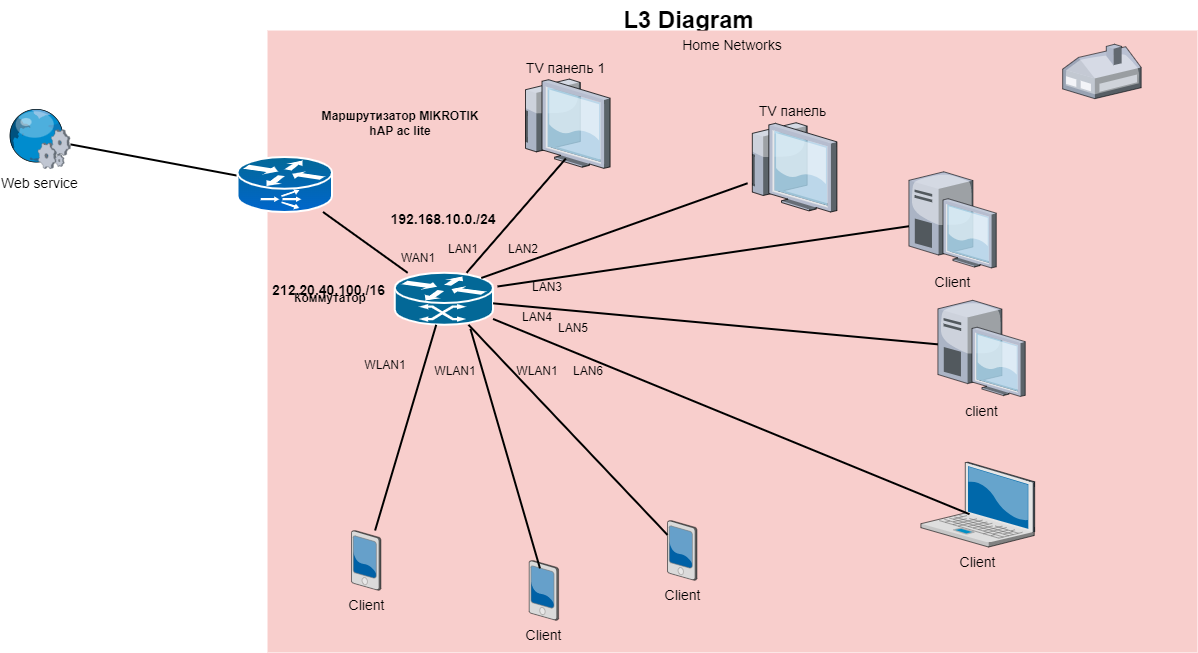
Earlier version of the draw.io export homenet.png (edward-burlakov/vagrant). Source tidied: cells renumbered, new cells last; positions are measured from the earlier drawing's top-left corner, leaving out a move shared by most shapes.
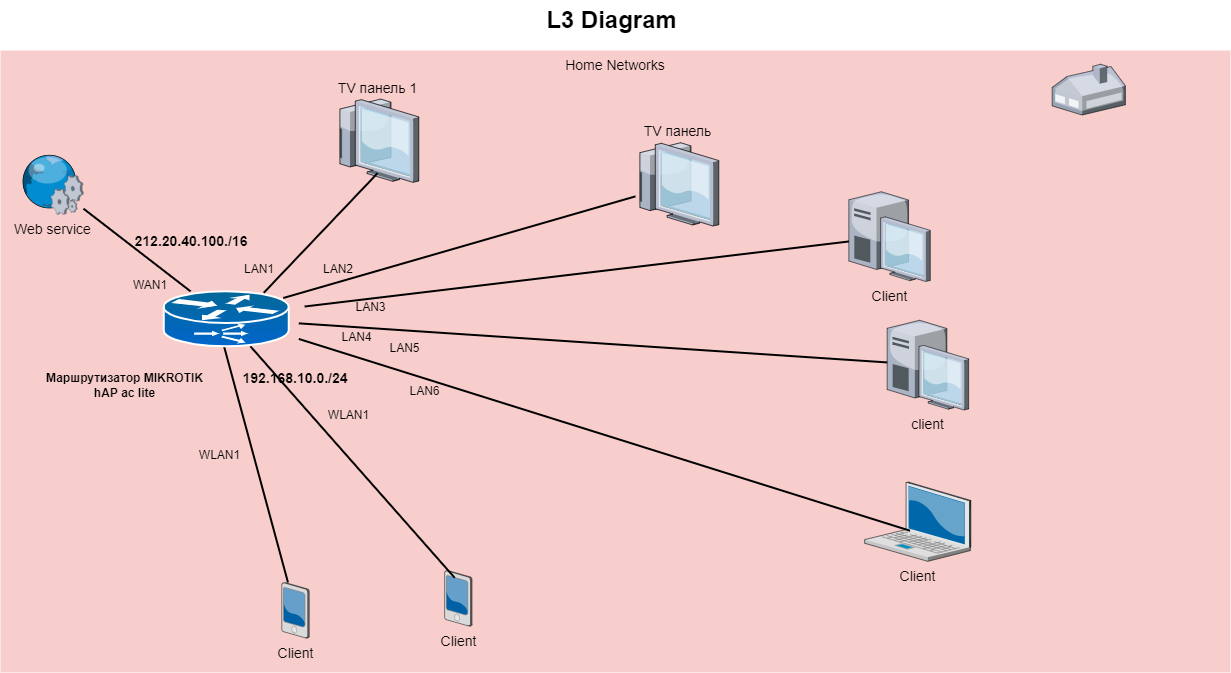
After the change.

What changed in the source:
```diff
@@ -2,126 +2,116 @@
   <root>
     <mxCell id="0" style="html=1;" />
     <mxCell id="1" style="html=1;" parent="0" />
-    <mxCell id="2" style="edgeStyle=none;rounded=0;html=1;startSize=10;endSize=10;jettySize=auto;fontSize=14;endArrow=none;endFill=0;strokeWidth=2;" parent="1" edge="1" source="3" target="11">
-      <mxGeometry relative="1" as="geometry" />
-    </mxCell>
-    <mxCell id="3" value="Web service" style="verticalLabelPosition=bottom;html=1;verticalAlign=top;strokeColor=none;shape=mxgraph.citrix.web_service;fillColor=#66B2FF;gradientColor=#0066CC;fontSize=14;" parent="1" vertex="1">
-      <mxGeometry y="108" width="63" height="60" as="geometry" />
-    </mxCell>
     <mxCell id="4" value="L3 Diagram" style="text;strokeColor=none;fillColor=none;html=1;fontSize=24;fontStyle=1;verticalAlign=middle;align=center;" parent="1" vertex="1">
-      <mxGeometry x="250" width="861" height="40" as="geometry" />
+      <mxGeometry x="170" width="861" height="40" as="geometry" />
     </mxCell>
     <mxCell id="5" style="group;" parent="1" vertex="1">
-      <mxGeometry x="260" y="30" width="930" height="622" as="geometry" />
+      <mxGeometry x="-10" y="50" width="1230" height="622" as="geometry" />
     </mxCell>
     <mxCell id="6" value="Home Networks" style="whiteSpace=wrap;html=1;fillColor=#f8cecc;fontSize=14;strokeColor=none;verticalAlign=top;" parent="5" vertex="1">
-      <mxGeometry width="930" height="622" as="geometry" />
+      <mxGeometry width="1230" height="622" as="geometry" />
     </mxCell>
     <mxCell id="7" value="Client" style="verticalLabelPosition=bottom;html=1;verticalAlign=top;strokeColor=none;shape=mxgraph.citrix.laptop_2;fillColor=#66B2FF;gradientColor=#0066CC;fontSize=14;" parent="5" vertex="1">
-      <mxGeometry x="653.4" y="431.7" width="113.8" height="84.9" as="geometry" />
+      <mxGeometry x="864.2" y="431.7" width="106.2" height="79.2" as="geometry" />
     </mxCell>
     <mxCell id="8" value="client" style="verticalLabelPosition=bottom;html=1;verticalAlign=top;strokeColor=none;shape=mxgraph.citrix.desktop;fillColor=#66B2FF;gradientColor=#0066CC;fontSize=14;" parent="5" vertex="1">
-      <mxGeometry x="670.4" y="269.8" width="87.3" height="96.1" as="geometry" />
+      <mxGeometry x="886.7" y="269.8" width="81.4" height="89.7" as="geometry" />
     </mxCell>
     <mxCell id="9" value="Client" style="verticalLabelPosition=bottom;html=1;verticalAlign=top;strokeColor=none;shape=mxgraph.citrix.desktop;fillColor=#66B2FF;gradientColor=#0066CC;fontSize=14;" parent="5" vertex="1">
-      <mxGeometry x="641.4" y="141.3" width="87.3" height="96.1" as="geometry" />
+      <mxGeometry x="848.3" y="141.3" width="81.4" height="89.7" as="geometry" />
     </mxCell>
-    <mxCell id="10" value="Client" style="verticalLabelPosition=bottom;html=1;verticalAlign=top;strokeColor=none;shape=mxgraph.citrix.pda;fillColor=#66B2FF;gradientColor=#0066CC;fontSize=14;" parent="5" vertex="1">
-      <mxGeometry x="400" y="490" width="29.4" height="59.8" as="geometry" />
-    </mxCell>
-    <mxCell id="11" style="shape=mxgraph.cisco.routers.content_service_router;sketch=0;html=1;dashed=0;fillColor=#036897;strokeColor=#ffffff;strokeWidth=2;verticalLabelPosition=bottom;verticalAlign=top;align=center;outlineConnect=0;fontFamily=Helvetica;fontSize=12;fontColor=default;gradientColor=#0066CC;" parent="5" vertex="1">
-      <mxGeometry x="-30" y="126.6" width="94.5" height="54.9" as="geometry" />
-    </mxCell>
     <mxCell id="12" style="verticalLabelPosition=bottom;html=1;verticalAlign=top;strokeColor=none;shape=mxgraph.citrix.home_office;fillColor=#66B2FF;gradientColor=#0066CC;fontSize=14;" parent="5" vertex="1">
-      <mxGeometry x="795.2" y="13.7" width="78.5" height="54.4" as="geometry" />
+      <mxGeometry x="1051.7" y="13.7" width="73.2" height="50.8" as="geometry" />
     </mxCell>
     <mxCell id="13" value="TV панель" style="verticalLabelPosition=top;html=1;verticalAlign=bottom;strokeColor=none;shape=mxgraph.citrix.thin_client;fillColor=#66B2FF;gradientColor=#0066CC;fontSize=14;labelPosition=center;align=center;" parent="5" vertex="1">
-      <mxGeometry x="480.1" y="92.2" width="89.3" height="89.3" as="geometry" />
+      <mxGeometry x="635" y="92.2" width="83.3" height="83.3" as="geometry" />
     </mxCell>
-    <mxCell id="14" style="shape=mxgraph.cisco.routers.atm_router;sketch=0;html=1;dashed=0;fillColor=#036897;strokeColor=#ffffff;strokeWidth=2;verticalLabelPosition=bottom;verticalAlign=top;align=center;outlineConnect=0;" parent="5" vertex="1">
-      <mxGeometry x="127.3" y="242.3" width="98.3" height="52" as="geometry" />
-    </mxCell>
-    <mxCell id="15" style="edgeStyle=none;rounded=0;html=1;startSize=10;endSize=10;jettySize=auto;fontSize=14;endArrow=none;endFill=0;strokeWidth=2;exitX=0.427;exitY=0.613;exitDx=0;exitDy=0;exitPerimeter=0;" parent="5" edge="1" source="7" target="14">
-      <mxGeometry relative="1" as="geometry" />
+    <mxCell id="15" style="edgeStyle=none;rounded=0;html=1;startSize=10;endSize=10;jettySize=auto;fontSize=14;endArrow=none;endFill=0;strokeWidth=2;exitX=0.427;exitY=0.613;exitDx=0;exitDy=0;exitPerimeter=0;" parent="5" edge="1" source="7">
+      <mxGeometry relative="1" as="geometry">
+        <mxPoint x="298.3" y="288.5" as="targetPoint" />
+      </mxGeometry>
     </mxCell>
-    <mxCell id="16" style="edgeStyle=none;rounded=0;html=1;startSize=10;endSize=10;jettySize=auto;fontSize=14;endArrow=none;endFill=0;strokeWidth=2;" parent="5" edge="1" source="8" target="14">
-      <mxGeometry relative="1" as="geometry" />
+    <mxCell id="16" style="edgeStyle=none;rounded=0;html=1;startSize=10;endSize=10;jettySize=auto;fontSize=14;endArrow=none;endFill=0;strokeWidth=2;" parent="5" edge="1" source="8">
+      <mxGeometry relative="1" as="geometry">
+        <mxPoint x="298.3" y="272.9" as="targetPoint" />
+      </mxGeometry>
     </mxCell>
-    <mxCell id="17" style="edgeStyle=none;rounded=0;html=1;startSize=10;endSize=10;jettySize=auto;fontSize=14;endArrow=none;endFill=0;strokeWidth=2;" parent="5" edge="1" source="10" target="14">
-      <mxGeometry relative="1" as="geometry" />
-    </mxCell>
-    <mxCell id="18" style="edgeStyle=none;rounded=0;html=1;startSize=10;endSize=10;jettySize=auto;fontSize=14;endArrow=none;endFill=0;strokeWidth=2;" parent="5" edge="1" source="11" target="14">
-      <mxGeometry relative="1" as="geometry" />
-    </mxCell>
-    <mxCell id="19" style="edgeStyle=none;rounded=0;html=1;startSize=10;endSize=10;jettySize=auto;fontSize=14;endArrow=none;endFill=0;strokeWidth=2;startArrow=none;exitX=0.88;exitY=0.1;exitDx=0;exitDy=0;exitPerimeter=0;" parent="5" edge="1" source="14" target="13">
-      <mxGeometry relative="1" as="geometry" />
+    <mxCell id="19" style="edgeStyle=none;rounded=0;html=1;startSize=10;endSize=10;jettySize=auto;fontSize=14;endArrow=none;endFill=0;strokeWidth=2;startArrow=none;exitX=0.88;exitY=0.1;exitDx=0;exitDy=0;exitPerimeter=0;" parent="5" edge="1" target="13">
+      <mxGeometry relative="1" as="geometry">
+        <mxPoint x="282.7" y="247.5" as="sourcePoint" />
+      </mxGeometry>
     </mxCell>
     <mxCell id="20" value="Client" style="verticalLabelPosition=bottom;html=1;verticalAlign=top;strokeColor=none;shape=mxgraph.citrix.pda;fillColor=#66B2FF;gradientColor=#0066CC;fontSize=14;" parent="5" vertex="1">
-      <mxGeometry x="261.7" y="530" width="29.4" height="59.8" as="geometry" />
+      <mxGeometry x="444.1" y="520" width="27.5" height="55.8" as="geometry" />
     </mxCell>
     <mxCell id="21" value="Client" style="verticalLabelPosition=bottom;html=1;verticalAlign=top;strokeColor=none;shape=mxgraph.citrix.pda;fillColor=#66B2FF;gradientColor=#0066CC;fontSize=14;" parent="5" vertex="1">
-      <mxGeometry x="84" y="500" width="29.4" height="59.8" as="geometry" />
+      <mxGeometry x="281.3" y="532" width="27.5" height="55.8" as="geometry" />
     </mxCell>
     <mxCell id="22" value="TV панель 1" style="verticalLabelPosition=top;html=1;verticalAlign=bottom;strokeColor=none;shape=mxgraph.citrix.thin_client;fillColor=#66B2FF;gradientColor=#0066CC;fontSize=14;labelPosition=center;align=center;" parent="5" vertex="1">
-      <mxGeometry x="253.3" y="48.6" width="89.3" height="89.3" as="geometry" />
+      <mxGeometry x="335" y="48.6" width="83.3" height="83.3" as="geometry" />
     </mxCell>
-    <mxCell id="23" style="edgeStyle=none;rounded=0;html=1;startSize=10;endSize=10;jettySize=auto;fontSize=14;endArrow=none;endFill=0;strokeWidth=2;entryX=0.505;entryY=0.89;entryDx=0;entryDy=0;entryPerimeter=0;" parent="5" edge="1" source="14" target="22">
-      <mxGeometry relative="1" as="geometry" />
+    <mxCell id="23" style="edgeStyle=none;rounded=0;html=1;startSize=10;endSize=10;jettySize=auto;fontSize=14;endArrow=none;endFill=0;strokeWidth=2;entryX=0.505;entryY=0.89;entryDx=0;entryDy=0;entryPerimeter=0;" parent="5" edge="1" target="22">
+      <mxGeometry relative="1" as="geometry">
+        <mxPoint x="263.2" y="242.3" as="sourcePoint" />
+      </mxGeometry>
     </mxCell>
-    <mxCell id="24" style="edgeStyle=none;rounded=0;html=1;startSize=10;endSize=10;jettySize=auto;fontSize=14;endArrow=none;endFill=0;strokeWidth=2;exitX=0.367;exitY=0.131;exitDx=0;exitDy=0;exitPerimeter=0;" parent="5" edge="1" source="20">
-      <mxGeometry relative="1" as="geometry">
-        <mxPoint x="202.9" y="298.2" as="targetPoint" />
-      </mxGeometry>
+    <mxCell id="24" style="edgeStyle=none;rounded=0;html=1;startSize=10;endSize=10;jettySize=auto;fontSize=14;endArrow=none;endFill=0;strokeWidth=2;exitX=0.367;exitY=0.131;exitDx=0;exitDy=0;exitPerimeter=0;" parent="5" edge="1" source="20" target="41">
+      <mxGeometry relative="1" as="geometry" />
     </mxCell>
     <mxCell id="25" value="&lt;b&gt;Маршрутизатор MIKROTIK hAP ac lite&lt;/b&gt;" style="text;html=1;strokeColor=none;fillColor=none;align=center;verticalAlign=middle;whiteSpace=wrap;rounded=0;" parent="5" vertex="1">
-      <mxGeometry x="51" y="78.5" width="163.8" height="29.4" as="geometry" />
+      <mxGeometry x="40" y="299.9" width="168.8" height="70.1" as="geometry" />
     </mxCell>
-    <mxCell id="26" value="&lt;b&gt;Коммутатор&lt;/b&gt;" style="text;html=1;strokeColor=none;fillColor=none;align=center;verticalAlign=middle;whiteSpace=wrap;rounded=0;" parent="5" vertex="1">
-      <mxGeometry x="25.2" y="253.6" width="75.6" height="29.4" as="geometry" />
-    </mxCell>
     <mxCell id="27" value="&lt;font style=&quot;font-size: 14px;&quot;&gt;&lt;b&gt;192.168.10.0./24&lt;/b&gt;&lt;/font&gt;" style="text;html=1;strokeColor=none;fillColor=none;align=center;verticalAlign=middle;whiteSpace=wrap;rounded=0;strokeWidth=2;" parent="5" vertex="1">
-      <mxGeometry x="88.2" y="174.6" width="176.4" height="29.4" as="geometry" />
+      <mxGeometry x="224.8" y="313" width="140" height="29.4" as="geometry" />
     </mxCell>
     <mxCell id="28" value="WAN1" style="text;html=1;strokeColor=none;fillColor=none;align=center;verticalAlign=middle;whiteSpace=wrap;rounded=0;" parent="5" vertex="1">
-      <mxGeometry x="113.4" y="212.9" width="75.6" height="29.4" as="geometry" />
+      <mxGeometry x="100" y="220" width="100" height="29.4" as="geometry" />
     </mxCell>
     <mxCell id="29" value="LAN1" style="text;html=1;strokeColor=none;fillColor=none;align=center;verticalAlign=middle;whiteSpace=wrap;rounded=0;" parent="5" vertex="1">
-      <mxGeometry x="157.9" y="204.1" width="75.6" height="29.4" as="geometry" />
+      <mxGeometry x="208.8" y="204.1" width="100" height="29.4" as="geometry" />
     </mxCell>
     <mxCell id="30" value="LAN2" style="text;html=1;strokeColor=none;fillColor=none;align=center;verticalAlign=middle;whiteSpace=wrap;rounded=0;" parent="5" vertex="1">
-      <mxGeometry x="217.9" y="204.1" width="75.6" height="29.4" as="geometry" />
+      <mxGeometry x="288.1" y="204.1" width="100" height="29.4" as="geometry" />
     </mxCell>
     <mxCell id="31" style="edgeStyle=none;rounded=0;html=1;startSize=10;endSize=10;jettySize=auto;fontSize=14;endArrow=none;endFill=0;strokeWidth=2;" parent="5" edge="1" source="9">
       <mxGeometry relative="1" as="geometry">
-        <mxPoint x="230" y="256" as="targetPoint" />
+        <mxPoint x="304.2" y="256" as="targetPoint" />
       </mxGeometry>
     </mxCell>
     <mxCell id="32" value="LAN4" style="text;html=1;strokeColor=none;fillColor=none;align=center;verticalAlign=middle;whiteSpace=wrap;rounded=0;" parent="5" vertex="1">
-      <mxGeometry x="240" y="272.3" width="60" height="30" as="geometry" />
+      <mxGeometry x="317.4" y="272.3" width="79.4" height="30" as="geometry" />
     </mxCell>
     <mxCell id="33" value="LAN5" style="text;html=1;strokeColor=none;fillColor=none;align=center;verticalAlign=middle;whiteSpace=wrap;rounded=0;" parent="5" vertex="1">
-      <mxGeometry x="275.8" y="283" width="60" height="30" as="geometry" />
+      <mxGeometry x="364.8" y="283" width="79.4" height="30" as="geometry" />
     </mxCell>
     <mxCell id="34" value="LAN6" style="text;html=1;strokeColor=none;fillColor=none;align=center;verticalAlign=middle;whiteSpace=wrap;rounded=0;" parent="5" vertex="1">
-      <mxGeometry x="291.1" y="326" width="60" height="30" as="geometry" />
+      <mxGeometry x="385" y="326" width="79.4" height="30" as="geometry" />
     </mxCell>
     <mxCell id="35" value="LAN3" style="text;html=1;strokeColor=none;fillColor=none;align=center;verticalAlign=middle;whiteSpace=wrap;rounded=0;" parent="5" vertex="1">
-      <mxGeometry x="250" y="242.3" width="60" height="30" as="geometry" />
+      <mxGeometry x="330.6" y="242.3" width="79.4" height="30" as="geometry" />
     </mxCell>
     <mxCell id="36" value="WLAN1" style="text;html=1;strokeColor=none;fillColor=none;align=center;verticalAlign=middle;whiteSpace=wrap;rounded=0;" parent="5" vertex="1">
-      <mxGeometry x="157.9" y="326" width="60" height="30" as="geometry" />
+      <mxGeometry x="180" y="390" width="79.4" height="30" as="geometry" />
     </mxCell>
     <mxCell id="37" value="WLAN1" style="text;html=1;strokeColor=none;fillColor=none;align=center;verticalAlign=middle;whiteSpace=wrap;rounded=0;" parent="5" vertex="1">
-      <mxGeometry x="240" y="326" width="60" height="30" as="geometry" />
+      <mxGeometry x="308.8" y="350" width="79.4" height="30" as="geometry" />
     </mxCell>
-    <mxCell id="38" value="WLAN1" style="text;html=1;strokeColor=none;fillColor=none;align=center;verticalAlign=middle;whiteSpace=wrap;rounded=0;" parent="5" vertex="1">
-      <mxGeometry x="88.2" y="320" width="60" height="30" as="geometry" />
-    </mxCell>
-    <mxCell id="39" style="edgeStyle=none;rounded=0;html=1;startSize=10;endSize=10;jettySize=auto;fontSize=14;endArrow=none;endFill=0;strokeWidth=2;" parent="5" edge="1" source="21" target="14">
-      <mxGeometry relative="1" as="geometry" />
+    <mxCell id="39" style="edgeStyle=none;rounded=0;html=1;startSize=10;endSize=10;jettySize=auto;fontSize=14;endArrow=none;endFill=0;strokeWidth=2;" parent="5" edge="1" source="21">
+      <mxGeometry relative="1" as="geometry">
+        <mxPoint x="223.1" y="294.3" as="targetPoint" />
+      </mxGeometry>
     </mxCell>
-    <mxCell id="40" value="&lt;font style=&quot;font-size: 14px;&quot;&gt;&lt;b&gt;212.20.40.100./16&lt;/b&gt;&lt;/font&gt;" style="text;html=1;strokeColor=none;fillColor=none;align=center;verticalAlign=middle;whiteSpace=wrap;rounded=0;strokeWidth=2;" parent="1" vertex="1">
-      <mxGeometry x="270" y="275" width="103" height="30" as="geometry" />
+    <mxCell id="40" value="&lt;font style=&quot;font-size: 14px;&quot;&gt;&lt;b&gt;212.20.40.100./16&lt;/b&gt;&lt;/font&gt;" style="text;html=1;strokeColor=none;fillColor=none;align=center;verticalAlign=middle;whiteSpace=wrap;rounded=0;strokeWidth=2;" parent="5" vertex="1">
+      <mxGeometry x="123.1" y="175.5" width="136.2" height="30" as="geometry" />
     </mxCell>
+    <mxCell id="41" style="shape=mxgraph.cisco.routers.content_service_router;sketch=0;html=1;dashed=0;fillColor=#036897;strokeColor=#ffffff;strokeWidth=2;verticalLabelPosition=bottom;verticalAlign=top;align=center;outlineConnect=0;fontFamily=Helvetica;fontSize=12;fontColor=default;gradientColor=#0066CC;" parent="5" vertex="1">
+      <mxGeometry x="163.1" y="240.9" width="125" height="54.9" as="geometry" />
+    </mxCell>
+    <mxCell id="3" value="Web service" style="verticalLabelPosition=bottom;html=1;verticalAlign=top;strokeColor=none;shape=mxgraph.citrix.web_service;fillColor=#66B2FF;gradientColor=#0066CC;fontSize=14;" parent="5" vertex="1">
+      <mxGeometry x="20" y="103.9" width="63" height="60" as="geometry" />
+    </mxCell>
+    <mxCell id="2" style="edgeStyle=none;rounded=0;html=1;startSize=10;endSize=10;jettySize=auto;fontSize=14;endArrow=none;endFill=0;strokeWidth=2;" parent="5" edge="1" source="3" target="41">
+      <mxGeometry relative="1" as="geometry" />
+    </mxCell>
   </root>
 </mxGraphModel>
```
